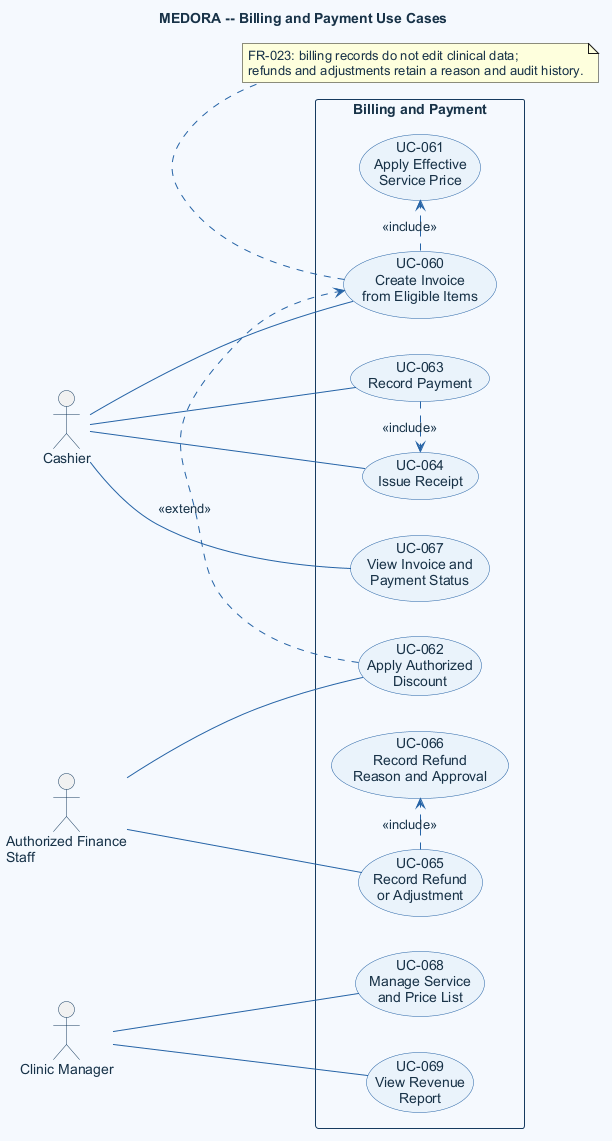
Before: doc/asset/03-system-requirements/use-case-by-function/billing/figure/billing-and-payment.png, a diagram exported from PlantUML (DucDung-1107/SysDes_2026.1_Group_08).
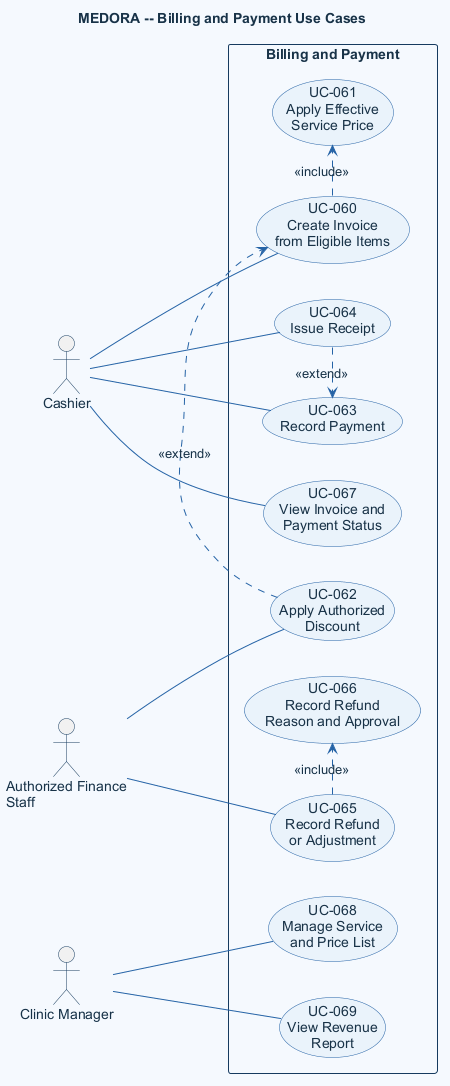
Above is the later version.

What changed in the source:
```diff
@@ -42,11 +42,7 @@
 
 invoice .> price : <<include>>
 discount .> invoice : <<extend>>
-payment .> receipt : <<include>>
+receipt .> payment : <<extend>>
 refund .> refundApproval : <<include>>
 
-note bottom of invoice
-  FR-023: billing records do not edit clinical data;
-  refunds and adjustments retain a reason and audit history.
-end note
 @enduml
```
